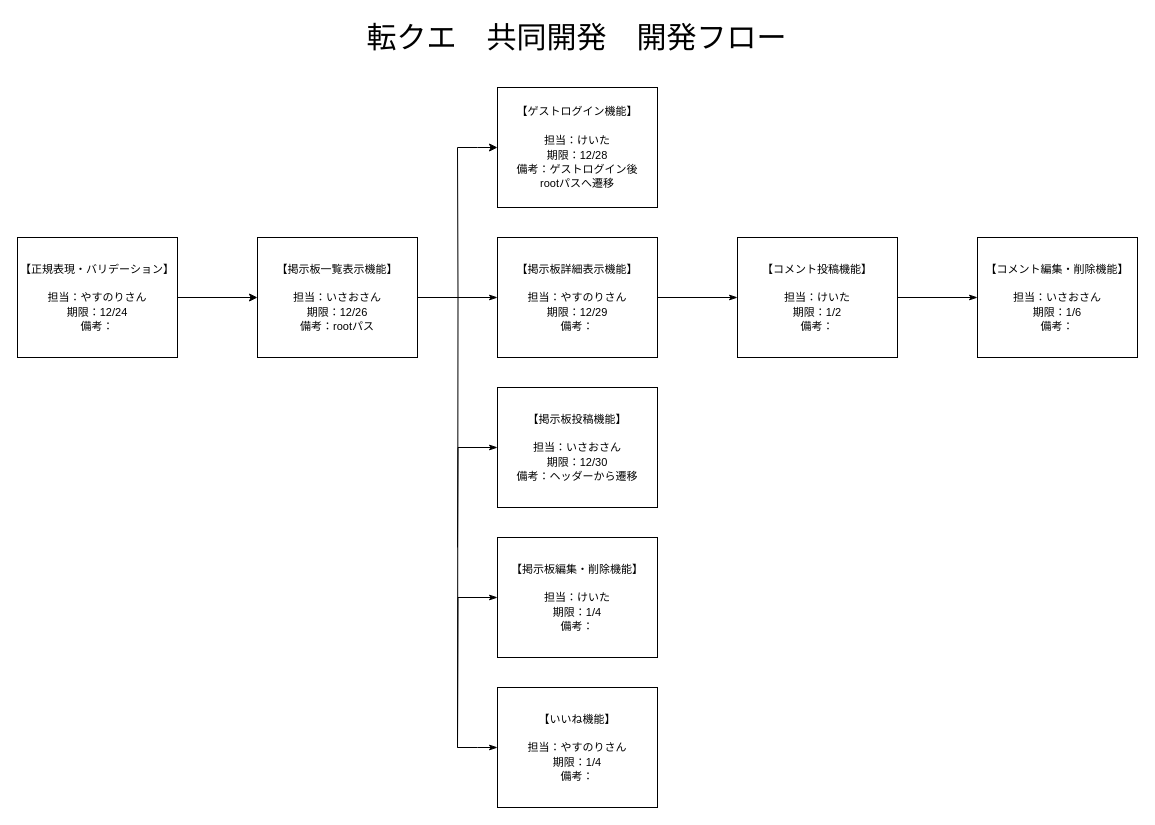
Before: tenkue_board_development_flow.drawio in sdkk1/tenkue-board-r015, a draw.io diagram. Source tidied: cells renumbered, new cells numbered last; positions are measured from the earlier drawing's top-left corner, leaving out a move shared by most shapes. Both pictures are drawn from the tidied source at 100%, with x=0, y=0 at pixel (17, 17).
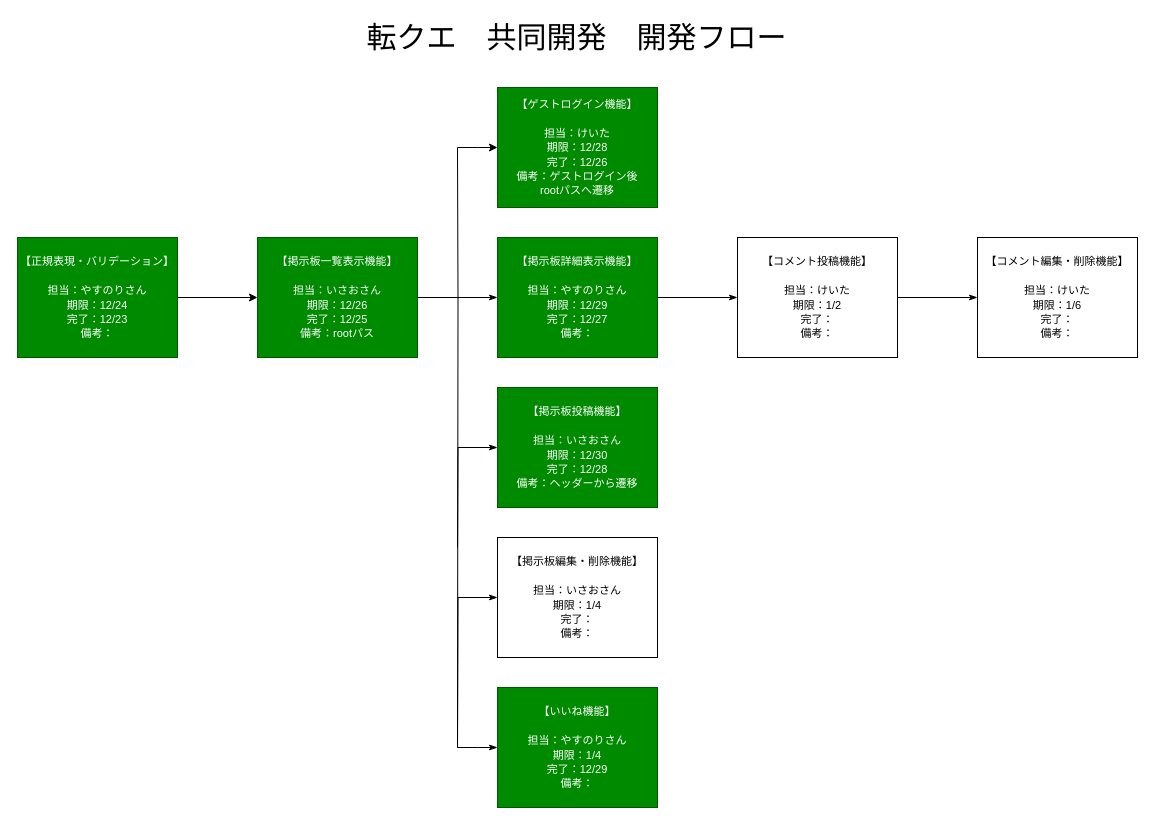
The same page after the edit.

Commit message:
docs:開発フローの時点修正

Change to the diagram source:
```diff
@@
-    <mxCell id="3" value="&lt;font style=&quot;font-size: 11px&quot;&gt;【正規表現・バリデーション】&lt;br&gt;&lt;br&gt;担当：やすのりさん&lt;br&gt;期限：12/24&lt;br&gt;備考：&lt;br&gt;&lt;/font&gt;" style="whiteSpace=wrap;html=1;labelPosition=center;verticalLabelPosition=middle;align=center;verticalAlign=middle;labelBackgroundColor=none;" parent="1" vertex="1">
+    <mxCell id="3" value="&lt;font style=&quot;font-size: 11px&quot;&gt;【正規表現・バリデーション】&lt;br&gt;&lt;br&gt;担当：やすのりさん&lt;br&gt;期限：12/24&lt;br&gt;完了：12/23&lt;br&gt;備考：&lt;br&gt;&lt;/font&gt;" style="whiteSpace=wrap;html=1;labelPosition=center;verticalLabelPosition=middle;align=center;verticalAlign=middle;labelBackgroundColor=none;fillColor=#008a00;strokeColor=#005700;fontColor=#ffffff;" parent="1" vertex="1">
       <mxGeometry y="220" width="160" height="120" as="geometry" />
     </mxCell>
@@
-    <mxCell id="7" value="&lt;font style=&quot;font-size: 11px&quot;&gt;【掲示板一覧表示機能】&lt;br&gt;&lt;br&gt;担当：いさおさん&lt;br&gt;期限：12/26&lt;br&gt;備考：rootパス&lt;br&gt;&lt;/font&gt;" style="whiteSpace=wrap;html=1;labelPosition=center;verticalLabelPosition=middle;align=center;verticalAlign=middle;labelBackgroundColor=none;" parent="1" vertex="1">
+    <mxCell id="7" value="&lt;font style=&quot;font-size: 11px&quot;&gt;【掲示板一覧表示機能】&lt;br&gt;&lt;br&gt;担当：いさおさん&lt;br&gt;期限：12/26&lt;br&gt;完了：12/25&lt;br&gt;備考：rootパス&lt;br&gt;&lt;/font&gt;" style="whiteSpace=wrap;html=1;labelPosition=center;verticalLabelPosition=middle;align=center;verticalAlign=middle;labelBackgroundColor=none;fillColor=#008a00;strokeColor=#005700;fontColor=#ffffff;" parent="1" vertex="1">
       <mxGeometry x="240" y="220" width="160" height="120" as="geometry" />
     </mxCell>
@@
-    <mxCell id="9" value="&lt;font style=&quot;font-size: 11px&quot;&gt;【ゲストログイン機能】&lt;br&gt;&lt;br&gt;担当：けいた&lt;br&gt;期限：12/28&lt;br&gt;備考：ゲストログイン後&lt;br&gt;rootパスへ遷移&lt;br&gt;&lt;/font&gt;" style="whiteSpace=wrap;html=1;labelPosition=center;verticalLabelPosition=middle;align=center;verticalAlign=middle;labelBackgroundColor=none;" parent="1" vertex="1">
+    <mxCell id="9" value="&lt;font style=&quot;font-size: 11px&quot;&gt;【ゲストログイン機能】&lt;br&gt;&lt;br&gt;担当：けいた&lt;br&gt;期限：12/28&lt;br&gt;完了：12/26&lt;br&gt;備考：ゲストログイン後&lt;br&gt;rootパスへ遷移&lt;br&gt;&lt;/font&gt;" style="whiteSpace=wrap;html=1;labelPosition=center;verticalLabelPosition=middle;align=center;verticalAlign=middle;labelBackgroundColor=none;fillColor=#008a00;strokeColor=#005700;fontColor=#ffffff;" parent="1" vertex="1">
       <mxGeometry x="480" y="70" width="160" height="120" as="geometry" />
     </mxCell>
@@
-    <mxCell id="11" value="&lt;font style=&quot;font-size: 11px&quot;&gt;【掲示板投稿機能】&lt;br&gt;&lt;br&gt;担当：いさおさん&lt;br&gt;期限：12/30&lt;br&gt;備考：ヘッダーから遷移&lt;br&gt;&lt;/font&gt;" style="whiteSpace=wrap;html=1;labelPosition=center;verticalLabelPosition=middle;align=center;verticalAlign=middle;labelBackgroundColor=none;" parent="1" vertex="1">
+    <mxCell id="11" value="&lt;font style=&quot;font-size: 11px&quot;&gt;【掲示板投稿機能】&lt;br&gt;&lt;br&gt;担当：いさおさん&lt;br&gt;期限：12/30&lt;br&gt;完了：12/28&lt;br&gt;備考：ヘッダーから遷移&lt;br&gt;&lt;/font&gt;" style="whiteSpace=wrap;html=1;labelPosition=center;verticalLabelPosition=middle;align=center;verticalAlign=middle;labelBackgroundColor=none;fillColor=#008a00;strokeColor=#005700;fontColor=#ffffff;" parent="1" vertex="1">
       <mxGeometry x="480" y="370" width="160" height="120" as="geometry" />
     </mxCell>
@@
-    <mxCell id="13" value="&lt;font style=&quot;font-size: 11px&quot;&gt;【掲示板詳細表示機能】&lt;br&gt;&lt;br&gt;担当：やすのりさん&lt;br&gt;期限：12/29&lt;br&gt;備考：&lt;br&gt;&lt;/font&gt;" style="whiteSpace=wrap;html=1;labelPosition=center;verticalLabelPosition=middle;align=center;verticalAlign=middle;labelBackgroundColor=none;" parent="1" vertex="1">
+    <mxCell id="13" value="&lt;font style=&quot;font-size: 11px&quot;&gt;【掲示板詳細表示機能】&lt;br&gt;&lt;br&gt;担当：やすのりさん&lt;br&gt;期限：12/29&lt;br&gt;完了：12/27&lt;br&gt;備考：&lt;br&gt;&lt;/font&gt;" style="whiteSpace=wrap;html=1;labelPosition=center;verticalLabelPosition=middle;align=center;verticalAlign=middle;labelBackgroundColor=none;fillColor=#008a00;strokeColor=#005700;fontColor=#ffffff;" parent="1" vertex="1">
       <mxGeometry x="480" y="220" width="160" height="120" as="geometry" />
     </mxCell>
@@
-    <mxCell id="15" value="&lt;font style=&quot;font-size: 11px&quot;&gt;【掲示板編集・削除機能】&lt;br&gt;&lt;br&gt;担当：けいた&lt;br&gt;期限：1/4&lt;br&gt;備考：&lt;br&gt;&lt;/font&gt;" style="whiteSpace=wrap;html=1;labelPosition=center;verticalLabelPosition=middle;align=center;verticalAlign=middle;labelBackgroundColor=none;" parent="1" vertex="1">
+    <mxCell id="15" value="&lt;font style=&quot;font-size: 11px&quot;&gt;【掲示板編集・削除機能】&lt;br&gt;&lt;br&gt;担当：いさおさん&lt;br&gt;期限：1/4&lt;br&gt;完了：&lt;br&gt;備考：&lt;br&gt;&lt;/font&gt;" style="whiteSpace=wrap;html=1;labelPosition=center;verticalLabelPosition=middle;align=center;verticalAlign=middle;labelBackgroundColor=none;" parent="1" vertex="1">
       <mxGeometry x="480" y="520" width="160" height="120" as="geometry" />
     </mxCell>
@@
-    <mxCell id="17" value="&lt;font style=&quot;font-size: 11px&quot;&gt;【コメント投稿機能】&lt;br&gt;&lt;br&gt;担当：けいた&lt;br&gt;期限：1/2&lt;br&gt;備考：&lt;br&gt;&lt;/font&gt;" style="whiteSpace=wrap;html=1;labelPosition=center;verticalLabelPosition=middle;align=center;verticalAlign=middle;labelBackgroundColor=none;" parent="1" vertex="1">
+    <mxCell id="17" value="&lt;font style=&quot;font-size: 11px&quot;&gt;【コメント投稿機能】&lt;br&gt;&lt;br&gt;担当：けいた&lt;br&gt;期限：1/2&lt;br&gt;完了：&lt;br&gt;備考：&lt;br&gt;&lt;/font&gt;" style="whiteSpace=wrap;html=1;labelPosition=center;verticalLabelPosition=middle;align=center;verticalAlign=middle;labelBackgroundColor=none;" parent="1" vertex="1">
       <mxGeometry x="720" y="220" width="160" height="120" as="geometry" />
     </mxCell>
@@
-    <mxCell id="19" value="&lt;font style=&quot;font-size: 11px&quot;&gt;【コメント編集・削除機能】&lt;br&gt;&lt;br&gt;担当：いさおさん&lt;br&gt;期限：1/6&lt;br&gt;備考：&lt;br&gt;&lt;/font&gt;" style="whiteSpace=wrap;html=1;labelPosition=center;verticalLabelPosition=middle;align=center;verticalAlign=middle;labelBackgroundColor=none;" parent="1" vertex="1">
+    <mxCell id="19" value="&lt;font style=&quot;font-size: 11px&quot;&gt;【コメント編集・削除機能】&lt;br&gt;&lt;br&gt;担当：けいた&lt;br&gt;期限：1/6&lt;br&gt;完了：&lt;br&gt;備考：&lt;br&gt;&lt;/font&gt;" style="whiteSpace=wrap;html=1;labelPosition=center;verticalLabelPosition=middle;align=center;verticalAlign=middle;labelBackgroundColor=none;" parent="1" vertex="1">
       <mxGeometry x="960" y="220" width="160" height="120" as="geometry" />
     </mxCell>
@@
-    <mxCell id="21" value="&lt;font style=&quot;font-size: 11px&quot;&gt;【いいね機能】&lt;br&gt;&lt;br&gt;担当：やすのりさん&lt;br&gt;期限：1/4&lt;br&gt;備考：&lt;br&gt;&lt;/font&gt;" style="whiteSpace=wrap;html=1;labelPosition=center;verticalLabelPosition=middle;align=center;verticalAlign=middle;labelBackgroundColor=none;" parent="1" vertex="1">
+    <mxCell id="21" value="&lt;font style=&quot;font-size: 11px&quot;&gt;【いいね機能】&lt;br&gt;&lt;br&gt;担当：やすのりさん&lt;br&gt;期限：1/4&lt;br&gt;完了：12/29&lt;br&gt;備考：&lt;br&gt;&lt;/font&gt;" style="whiteSpace=wrap;html=1;labelPosition=center;verticalLabelPosition=middle;align=center;verticalAlign=middle;labelBackgroundColor=none;fillColor=#008a00;strokeColor=#005700;fontColor=#ffffff;" parent="1" vertex="1">
       <mxGeometry x="480" y="670" width="160" height="120" as="geometry" />
     </mxCell>
```
